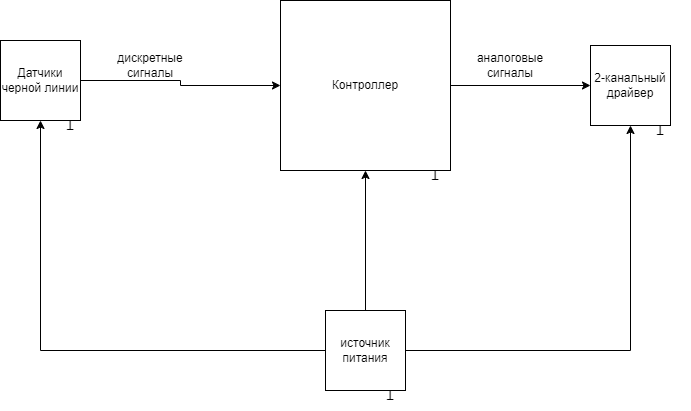
Before: AcariTech struct.drawio.png, a diagram exported from draw.io (ksinph/PSTU_LABS_2023). Source tidied: cells renumbered, new cells last; positions are measured from the earlier drawing's top-left corner, leaving out a move shared by most shapes.
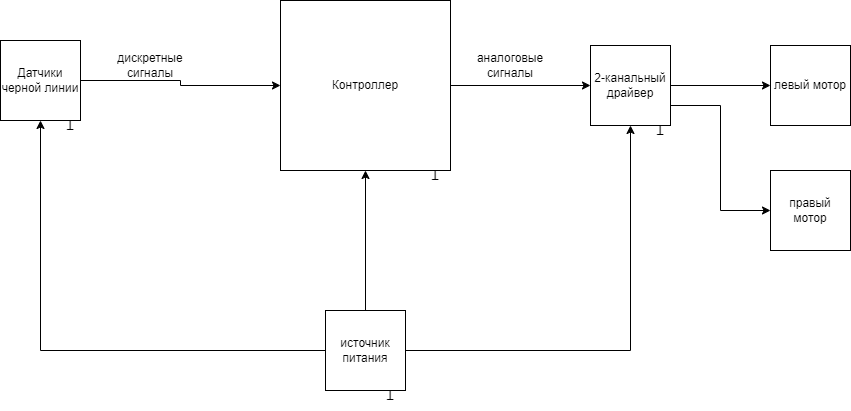
Later version of the same file.

Change to the diagram source:
```diff
@@ -35,6 +35,12 @@
     <mxCell id="12" value="T" style="text;html=1;align=center;verticalAlign=middle;whiteSpace=wrap;rounded=0;rotation=-180;" parent="1" vertex="1">
       <mxGeometry x="360" y="380" width="60" height="30" as="geometry" />
     </mxCell>
+    <mxCell id="17" style="edgeStyle=orthogonalEdgeStyle;rounded=0;jettySize=auto;html=1;exitX=1;exitY=0.5;exitDx=0;exitDy=0;" parent="1" edge="1" source="13" target="19">
+      <mxGeometry relative="1" as="geometry" />
+    </mxCell>
+    <mxCell id="18" style="edgeStyle=orthogonalEdgeStyle;rounded=0;jettySize=auto;html=1;exitX=1;exitY=0.75;exitDx=0;exitDy=0;entryX=0;entryY=0.5;entryDx=0;entryDy=0;" parent="1" edge="1" source="13" target="20">
+      <mxGeometry relative="1" as="geometry" />
+    </mxCell>
     <mxCell id="13" value="2-канальный драйвер" style="whiteSpace=wrap;html=1;" parent="1" vertex="1">
       <mxGeometry x="590" y="45" width="80" height="80" as="geometry" />
     </mxCell>
@@ -47,5 +53,11 @@
     <mxCell id="16" value="дискретные сигналы" style="text;html=1;align=center;verticalAlign=middle;whiteSpace=wrap;rounded=0;" parent="1" vertex="1">
       <mxGeometry x="120" y="50" width="60" height="30" as="geometry" />
     </mxCell>
+    <mxCell id="19" value="левый мотор" style="whiteSpace=wrap;html=1;" parent="1" vertex="1">
+      <mxGeometry x="770" y="45" width="80" height="80" as="geometry" />
+    </mxCell>
+    <mxCell id="20" value="правый мотор" style="whiteSpace=wrap;html=1;" parent="1" vertex="1">
+      <mxGeometry x="770" y="170" width="80" height="80" as="geometry" />
+    </mxCell>
   </root>
 </mxGraphModel>
```
